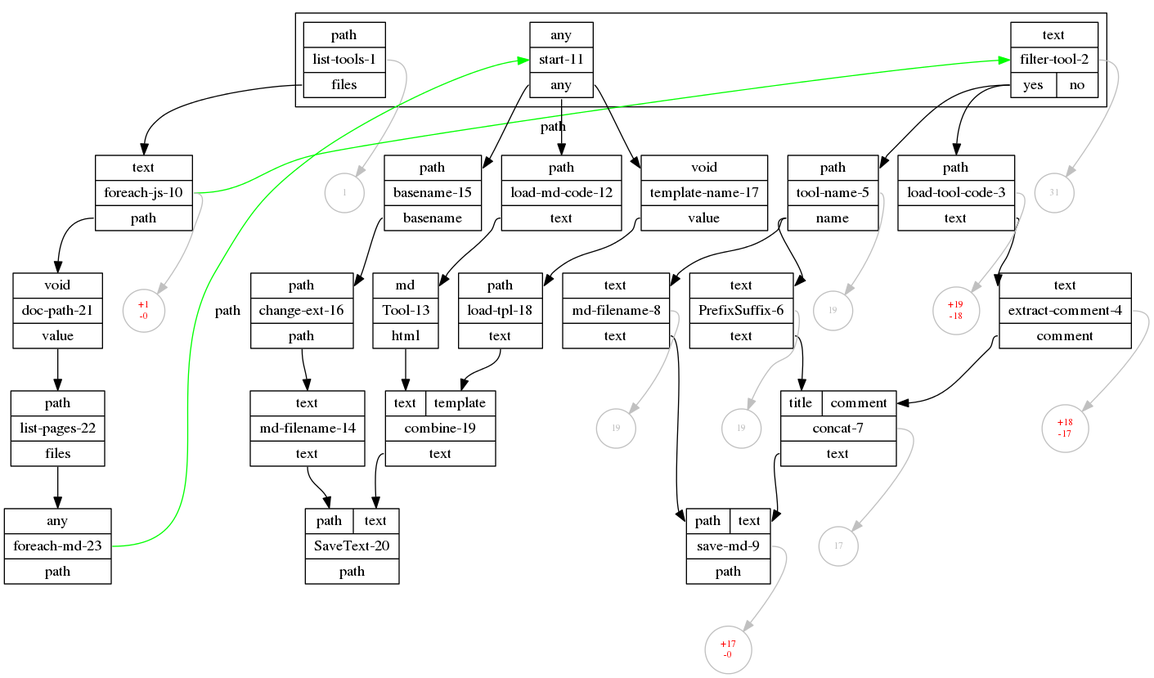
Earlier version of the Graphviz export debug.png (tolokoban/matis). Its source is kept beside it as debug.dot.
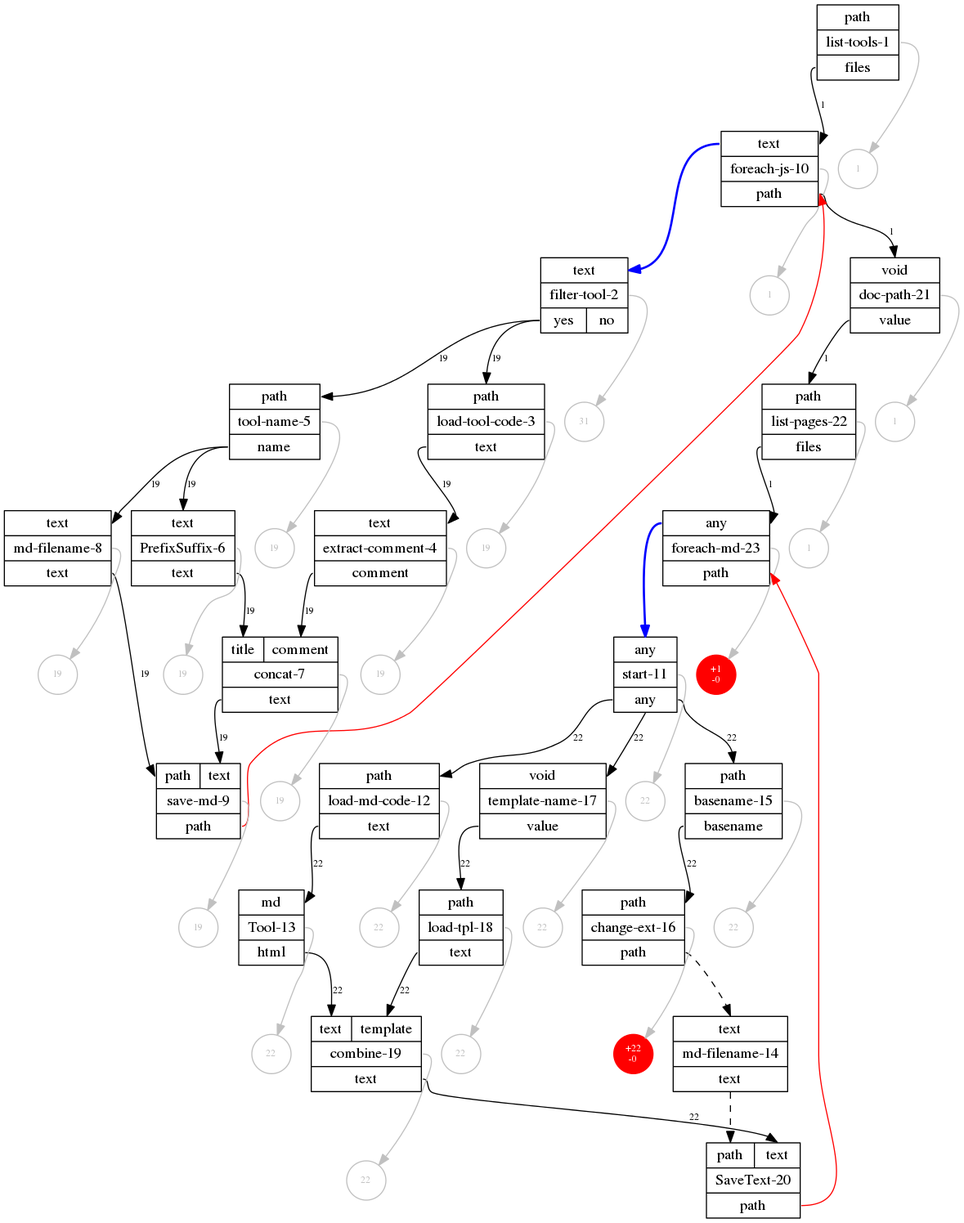
The same diagram one commit later.

Diff of the diagram source:
```diff
@@ -23,44 +23,56 @@
   T21[shape=record,label="{{<I0> title|<I1> comment}|<T> concat-7|{<O0> text}}"];
   T22[shape=record,label="{{<I0> path}|<T> load-tool-code-3|{<O0> text}}"];
   T23[shape=record,label="{{<I0> text}|<T> extract-comment-4|{<O0> comment}}"];
-  T1:O0 -> T2:I0[weight=9];
-  T2:O0 -> T3:I0[weight=9];
-  T2:T -> T16:T[color=green,weight=1,label="path"];
-  T3:O0 -> T4:I0[weight=9];
-  T4:O0 -> T5:I0[weight=9];
-  T5:T -> T6:T[color=green,weight=1,label="path"];
-  T6:O0 -> T14:I0[weight=9];
-  T6:O0 -> T11:I0[weight=9];
-  T6:O0 -> T7:I0[weight=9];
-  T7:O0 -> T8:I0[weight=9];
-  T8:O0 -> T9:I0[weight=9];
-  T9:O0 -> T10:I0[weight=9];
-  T11:O0 -> T12:I0[weight=9];
-  T12:O0 -> T13:I0[weight=9];
-  T13:O0 -> T10:I1[weight=9];
-  T14:O0 -> T15:I0[weight=9];
-  T15:O0 -> T13:I1[weight=9];
-  T16:O0 -> T22:I0[weight=9];
-  T16:O0 -> T17:I0[weight=9];
-  T17:O0 -> T20:I0[weight=9];
-  T17:O0 -> T18:I0[weight=9];
-  T18:O0 -> T19:I0[weight=9];
-  T20:O0 -> T21:I0[weight=9];
-  T21:O0 -> T19:I1[weight=9];
-  T22:O0 -> T23:I0[weight=9];
-  T23:O0 -> T21:I1[weight=9];
 
-  subgraph cluster{node[shape=none];T1;T16;T6}
+  node[shape=circle,fontsize=9,margin=0];
+  S1[color=grey,fontcolor=grey,label="1"];T1:T -> S1[color=grey,weight=999];
+  S2[color=grey,fontcolor=grey,label="1"];T2:T -> S2[color=grey,weight=999];
+  S3[color=grey,fontcolor=grey,label="31"];T16:T -> S3[color=grey,weight=999];
+  S4[color=grey,fontcolor=grey,label="19"];T22:T -> S4[color=grey,weight=999];
+  S5[color=grey,fontcolor=grey,label="19"];T17:T -> S5[color=grey,weight=999];
+  S6[color=grey,fontcolor=grey,label="19"];T20:T -> S6[color=grey,weight=999];
+  S7[color=grey,fontcolor=grey,label="19"];T18:T -> S7[color=grey,weight=999];
+  S8[color=grey,fontcolor=grey,label="19"];T23:T -> S8[color=grey,weight=999];
+  S9[color=grey,fontcolor=grey,label="19"];T21:T -> S9[color=grey,weight=999];
+  S10[color=grey,fontcolor=grey,label="19"];T19:T -> S10[color=grey,weight=999];
+  S11[color=grey,fontcolor=grey,label="1"];T3:T -> S11[color=grey,weight=999];
+  S12[color=grey,fontcolor=grey,label="1"];T4:T -> S12[color=grey,weight=999];
+  S13[color=red,style=filled,fontcolor=white,label="+1\n-0"];T5:T -> S13[color=grey,weight=999];
+  S14[color=grey,fontcolor=grey,label="22"];T6:T -> S14[color=grey,weight=999];
+  S15[color=grey,fontcolor=grey,label="22"];T14:T -> S15[color=grey,weight=999];
+  S16[color=grey,fontcolor=grey,label="22"];T15:T -> S16[color=grey,weight=999];
+  S17[color=grey,fontcolor=grey,label="22"];T11:T -> S17[color=grey,weight=999];
+  S18[color=grey,fontcolor=grey,label="22"];T7:T -> S18[color=grey,weight=999];
+  S19[color=red,style=filled,fontcolor=white,label="+22\n-0"];T8:T -> S19[color=grey,weight=999];
+  S20[color=grey,fontcolor=grey,label="22"];T12:T -> S20[color=grey,weight=999];
+  S21[color=grey,fontcolor=grey,label="22"];T13:T -> S21[color=grey,weight=999];
 
-  node[shape=circle,fontsize=9];
-S1[color=grey,fontcolor=grey,label="1"];T1:T -> S1[color=grey,weight=999];
-S2[color=grey,fontcolor=red,label="+1\n-0"];T2:T -> S2[color=grey,weight=999];
-S3[color=grey,fontcolor=grey,label="31"];T16:T -> S3[color=grey,weight=999];
-S4[color=grey,fontcolor=red,label="+19\n-18"];T22:T -> S4[color=grey,weight=999];
-S5[color=grey,fontcolor=grey,label="19"];T17:T -> S5[color=grey,weight=999];
-S6[color=grey,fontcolor=grey,label="19"];T20:T -> S6[color=grey,weight=999];
-S7[color=grey,fontcolor=grey,label="19"];T18:T -> S7[color=grey,weight=999];
-S8[color=grey,fontcolor=red,label="+18\n-17"];T23:T -> S8[color=grey,weight=999];
-S9[color=grey,fontcolor=grey,label="17"];T21:T -> S9[color=grey,weight=999];
-S10[color=grey,fontcolor=red,label="+17\n-0"];T19:T -> S10[color=grey,weight=999];
+  T1:O0->T2:I0[weight=9,fontsize=9,label=1];
+  T2:O0->T3:I0[weight=9,fontsize=9,label=1];
+  T2:I0->T16:I0[color=blue,style=bold];
+  T19:O0->T2:O0[color=red];
+  T3:O0->T4:I0[weight=9,fontsize=9,label=1];
+  T4:O0->T5:I0[weight=9,fontsize=9,label=1];
+  T5:I0->T6:I0[color=blue,style=bold];
+  T10:O0->T5:O0[color=red];
+  T6:O0->T14:I0[weight=9,fontsize=9,label=22];
+  T6:O0->T11:I0[weight=9,fontsize=9,label=22];
+  T6:O0->T7:I0[weight=9,fontsize=9,label=22];
+  T7:O0->T8:I0[weight=9,fontsize=9,label=22];
+  T8:O0->T9:I0[weight=9,style=dashed];
+  T9:O0->T10:I0[weight=9,style=dashed];
+  T11:O0->T12:I0[weight=9,fontsize=9,label=22];
+  T12:O0->T13:I0[weight=9,fontsize=9,label=22];
+  T13:O0->T10:I1[weight=9,fontsize=9,label=22];
+  T14:O0->T15:I0[weight=9,fontsize=9,label=22];
+  T15:O0->T13:I1[weight=9,fontsize=9,label=22];
+  T16:O0->T22:I0[weight=9,fontsize=9,label=19];
+  T16:O0->T17:I0[weight=9,fontsize=9,label=19];
+  T17:O0->T20:I0[weight=9,fontsize=9,label=19];
+  T17:O0->T18:I0[weight=9,fontsize=9,label=19];
+  T18:O0->T19:I0[weight=9,fontsize=9,label=19];
+  T20:O0->T21:I0[weight=9,fontsize=9,label=19];
+  T21:O0->T19:I1[weight=9,fontsize=9,label=19];
+  T22:O0->T23:I0[weight=9,fontsize=9,label=19];
+  T23:O0->T21:I1[weight=9,fontsize=9,label=19];
 }
```
